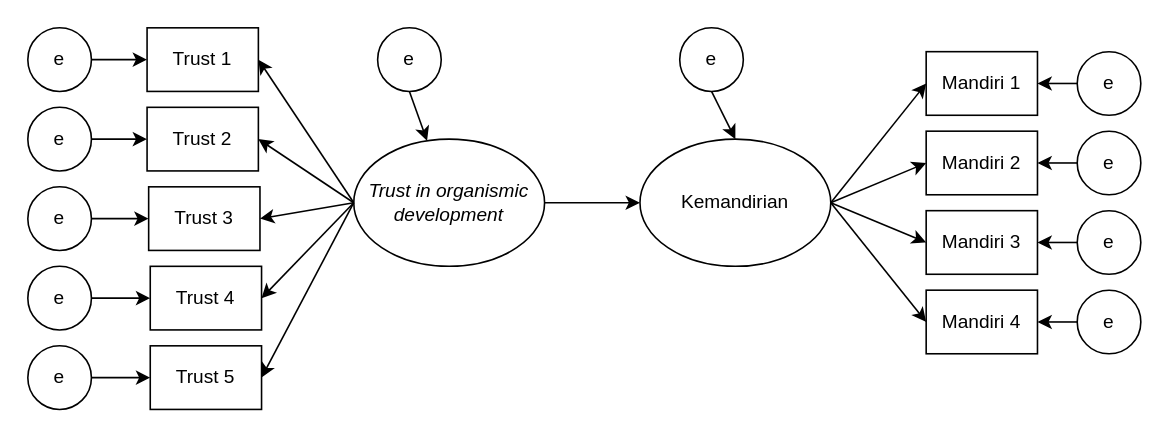
Before: page "latin" (12 of 13) of docs/materials/diagrams.drawio in rameliaz/mg-sem-workshop, a draw.io diagram. Source tidied: cells renumbered, new cells numbered last; positions are measured from the earlier drawing's top-left corner, leaving out a move shared by most shapes. Both pictures are drawn from the tidied source at 159%, with x=0, y=0 at pixel (27, 27).
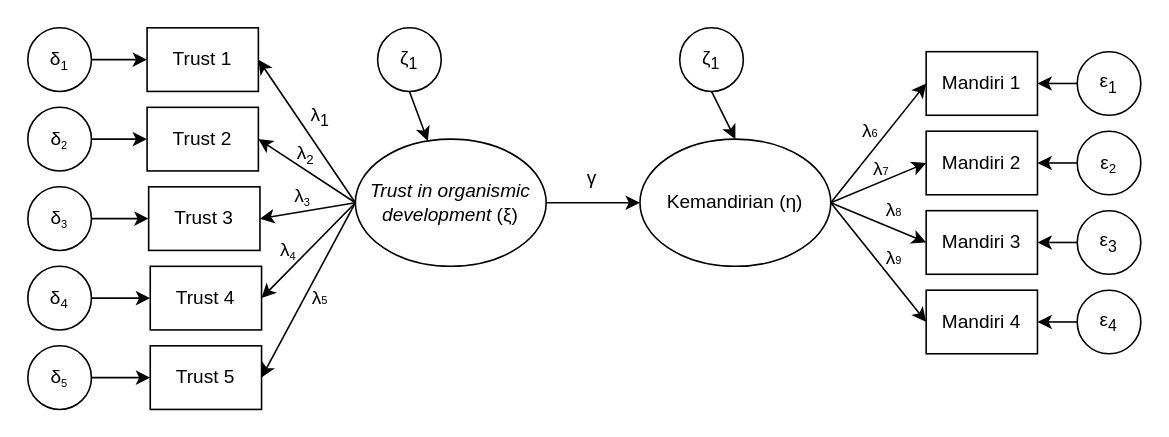
After the change.

The edit, as a diff of the source:
```diff
@@
-    <mxCell id="3" value="&lt;i&gt;Trust in organismic development&lt;/i&gt;" style="ellipse;whiteSpace=wrap;html=1;" parent="1" vertex="1">
-      <mxGeometry x="205" y="70" width="120" height="80" as="geometry" />
+    <mxCell id="3" value="&lt;font&gt;&lt;i style=&quot;&quot;&gt;Trust in organismic development&lt;/i&gt;&amp;nbsp;(ξ)&lt;/font&gt;" style="ellipse;whiteSpace=wrap;html=1;" parent="1" vertex="1">
+      <mxGeometry x="206" y="70" width="120" height="80" as="geometry" />
     </mxCell>
-    <mxCell id="4" value="Kemandirian" style="ellipse;whiteSpace=wrap;html=1;" parent="1" vertex="1">
+    <mxCell id="4" value="Kemandirian (η)" style="ellipse;whiteSpace=wrap;html=1;" parent="1" vertex="1">
       <mxGeometry x="385" y="70" width="120" height="80" as="geometry" />
     </mxCell>
@@
-    <mxCell id="14" value="e" style="ellipse;whiteSpace=wrap;html=1;" parent="1" vertex="1">
+    <mxCell id="14" value="ζ&lt;sub&gt;1&lt;/sub&gt;" style="ellipse;whiteSpace=wrap;html=1;" parent="1" vertex="1">
       <mxGeometry x="220" width="40" height="40" as="geometry" />
     </mxCell>
-    <mxCell id="15" value="e" style="ellipse;whiteSpace=wrap;html=1;" parent="1" vertex="1">
+    <mxCell id="15" value="ζ&lt;sub&gt;1&lt;/sub&gt;" style="ellipse;whiteSpace=wrap;html=1;" parent="1" vertex="1">
       <mxGeometry x="410" width="40" height="40" as="geometry" />
     </mxCell>
-    <mxCell id="16" value="e" style="ellipse;whiteSpace=wrap;html=1;" parent="1" vertex="1">
+    <mxCell id="16" value="δ&lt;span style=&quot;font-size: 10px;&quot;&gt;&lt;sub&gt;1&lt;/sub&gt;&lt;/span&gt;" style="ellipse;whiteSpace=wrap;html=1;" parent="1" vertex="1">
       <mxGeometry width="40" height="40" as="geometry" />
     </mxCell>
-    <mxCell id="17" value="e" style="ellipse;whiteSpace=wrap;html=1;" parent="1" vertex="1">
+    <mxCell id="17" value="δ&lt;span style=&quot;font-size: 8.33333px;&quot;&gt;&lt;sub&gt;2&lt;/sub&gt;&lt;/span&gt;" style="ellipse;whiteSpace=wrap;html=1;" parent="1" vertex="1">
       <mxGeometry y="50" width="40" height="40" as="geometry" />
     </mxCell>
-    <mxCell id="18" value="e" style="ellipse;whiteSpace=wrap;html=1;" parent="1" vertex="1">
+    <mxCell id="18" value="δ&lt;span style=&quot;font-size: 8.33333px;&quot;&gt;&lt;sub&gt;3&lt;/sub&gt;&lt;/span&gt;" style="ellipse;whiteSpace=wrap;html=1;" parent="1" vertex="1">
       <mxGeometry y="100" width="40" height="40" as="geometry" />
     </mxCell>
-    <mxCell id="19" value="e" style="ellipse;whiteSpace=wrap;html=1;" parent="1" vertex="1">
+    <mxCell id="19" value="δ&lt;span style=&quot;font-size: 10px;&quot;&gt;&lt;sub&gt;4&lt;/sub&gt;&lt;/span&gt;" style="ellipse;whiteSpace=wrap;html=1;" parent="1" vertex="1">
       <mxGeometry y="150" width="40" height="40" as="geometry" />
     </mxCell>
-    <mxCell id="20" value="e" style="ellipse;whiteSpace=wrap;html=1;" parent="1" vertex="1">
+    <mxCell id="20" value="δ&lt;span style=&quot;font-size: 8.33333px;&quot;&gt;&lt;sub&gt;5&lt;/sub&gt;&lt;/span&gt;" style="ellipse;whiteSpace=wrap;html=1;" parent="1" vertex="1">
       <mxGeometry y="200" width="40" height="40" as="geometry" />
     </mxCell>
-    <mxCell id="21" value="e" style="ellipse;whiteSpace=wrap;html=1;" parent="1" vertex="1">
+    <mxCell id="21" value="ε&lt;sub&gt;1&lt;/sub&gt;" style="ellipse;whiteSpace=wrap;html=1;" parent="1" vertex="1">
       <mxGeometry x="660" y="15" width="40" height="40" as="geometry" />
     </mxCell>
-    <mxCell id="22" value="e" style="ellipse;whiteSpace=wrap;html=1;" parent="1" vertex="1">
+    <mxCell id="22" value="ε&lt;span style=&quot;font-size: 10px;&quot;&gt;&lt;sub&gt;2&lt;/sub&gt;&lt;/span&gt;" style="ellipse;whiteSpace=wrap;html=1;" parent="1" vertex="1">
       <mxGeometry x="660" y="65" width="40" height="40" as="geometry" />
     </mxCell>
-    <mxCell id="23" value="e" style="ellipse;whiteSpace=wrap;html=1;" parent="1" vertex="1">
+    <mxCell id="23" value="ε&lt;sub&gt;3&lt;/sub&gt;" style="ellipse;whiteSpace=wrap;html=1;" parent="1" vertex="1">
       <mxGeometry x="660" y="115" width="40" height="40" as="geometry" />
     </mxCell>
-    <mxCell id="24" value="e" style="ellipse;whiteSpace=wrap;html=1;" parent="1" vertex="1">
+    <mxCell id="24" value="ε&lt;sub&gt;4&lt;/sub&gt;" style="ellipse;whiteSpace=wrap;html=1;" parent="1" vertex="1">
       <mxGeometry x="660" y="165" width="40" height="40" as="geometry" />
     </mxCell>
@@
+    <mxCell id="45" value="λ&lt;sub&gt;1&lt;/sub&gt;" style="text;html=1;whiteSpace=wrap;strokeColor=none;fillColor=none;align=center;verticalAlign=middle;rounded=0;" parent="1" vertex="1">
+      <mxGeometry x="169" y="41" width="30" height="30" as="geometry" />
+    </mxCell>
+    <mxCell id="46" value="λ&lt;span style=&quot;font-size: 10px;&quot;&gt;&lt;sub&gt;2&lt;/sub&gt;&lt;/span&gt;" style="text;html=1;whiteSpace=wrap;strokeColor=none;fillColor=none;align=center;verticalAlign=middle;rounded=0;" parent="1" vertex="1">
+      <mxGeometry x="160" y="64" width="30" height="30" as="geometry" />
+    </mxCell>
+    <mxCell id="47" value="λ&lt;span style=&quot;font-size: 8.33333px;&quot;&gt;&lt;sub&gt;3&lt;/sub&gt;&lt;/span&gt;" style="text;html=1;whiteSpace=wrap;strokeColor=none;fillColor=none;align=center;verticalAlign=middle;rounded=0;" parent="1" vertex="1">
+      <mxGeometry x="158" y="91" width="30" height="30" as="geometry" />
+    </mxCell>
+    <mxCell id="48" value="λ&lt;span style=&quot;font-size: 8.33333px;&quot;&gt;&lt;sub&gt;4&lt;/sub&gt;&lt;/span&gt;" style="text;html=1;whiteSpace=wrap;strokeColor=none;fillColor=none;align=center;verticalAlign=middle;rounded=0;" parent="1" vertex="1">
+      <mxGeometry x="149" y="125" width="30" height="30" as="geometry" />
+    </mxCell>
+    <mxCell id="49" value="λ&lt;span style=&quot;font-size: 6.94444px;&quot;&gt;5&lt;/span&gt;" style="text;html=1;whiteSpace=wrap;strokeColor=none;fillColor=none;align=center;verticalAlign=middle;rounded=0;" parent="1" vertex="1">
+      <mxGeometry x="169" y="155" width="30" height="30" as="geometry" />
+    </mxCell>
+    <mxCell id="50" value="λ&lt;span style=&quot;font-size: 6.94444px;&quot;&gt;6&lt;/span&gt;" style="text;html=1;whiteSpace=wrap;strokeColor=none;fillColor=none;align=center;verticalAlign=middle;rounded=0;" parent="1" vertex="1">
+      <mxGeometry x="515" y="50" width="30" height="30" as="geometry" />
+    </mxCell>
+    <mxCell id="51" value="λ&lt;span style=&quot;font-size: 6.94444px;&quot;&gt;7&lt;/span&gt;" style="text;html=1;whiteSpace=wrap;strokeColor=none;fillColor=none;align=center;verticalAlign=middle;rounded=0;" parent="1" vertex="1">
+      <mxGeometry x="522" y="74" width="30" height="30" as="geometry" />
+    </mxCell>
+    <mxCell id="52" value="λ&lt;span style=&quot;font-size: 6.94444px;&quot;&gt;8&lt;/span&gt;" style="text;html=1;whiteSpace=wrap;strokeColor=none;fillColor=none;align=center;verticalAlign=middle;rounded=0;" parent="1" vertex="1">
+      <mxGeometry x="530" y="100" width="30" height="30" as="geometry" />
+    </mxCell>
+    <mxCell id="53" value="λ&lt;span style=&quot;font-size: 6.94444px;&quot;&gt;9&lt;/span&gt;" style="text;html=1;whiteSpace=wrap;strokeColor=none;fillColor=none;align=center;verticalAlign=middle;rounded=0;" parent="1" vertex="1">
+      <mxGeometry x="530" y="130" width="30" height="30" as="geometry" />
+    </mxCell>
+    <mxCell id="54" value="γ" style="text;html=1;whiteSpace=wrap;strokeColor=none;fillColor=none;align=center;verticalAlign=middle;rounded=0;" parent="1" vertex="1">
+      <mxGeometry x="340" y="80" width="30" height="30" as="geometry" />
+    </mxCell>
```
